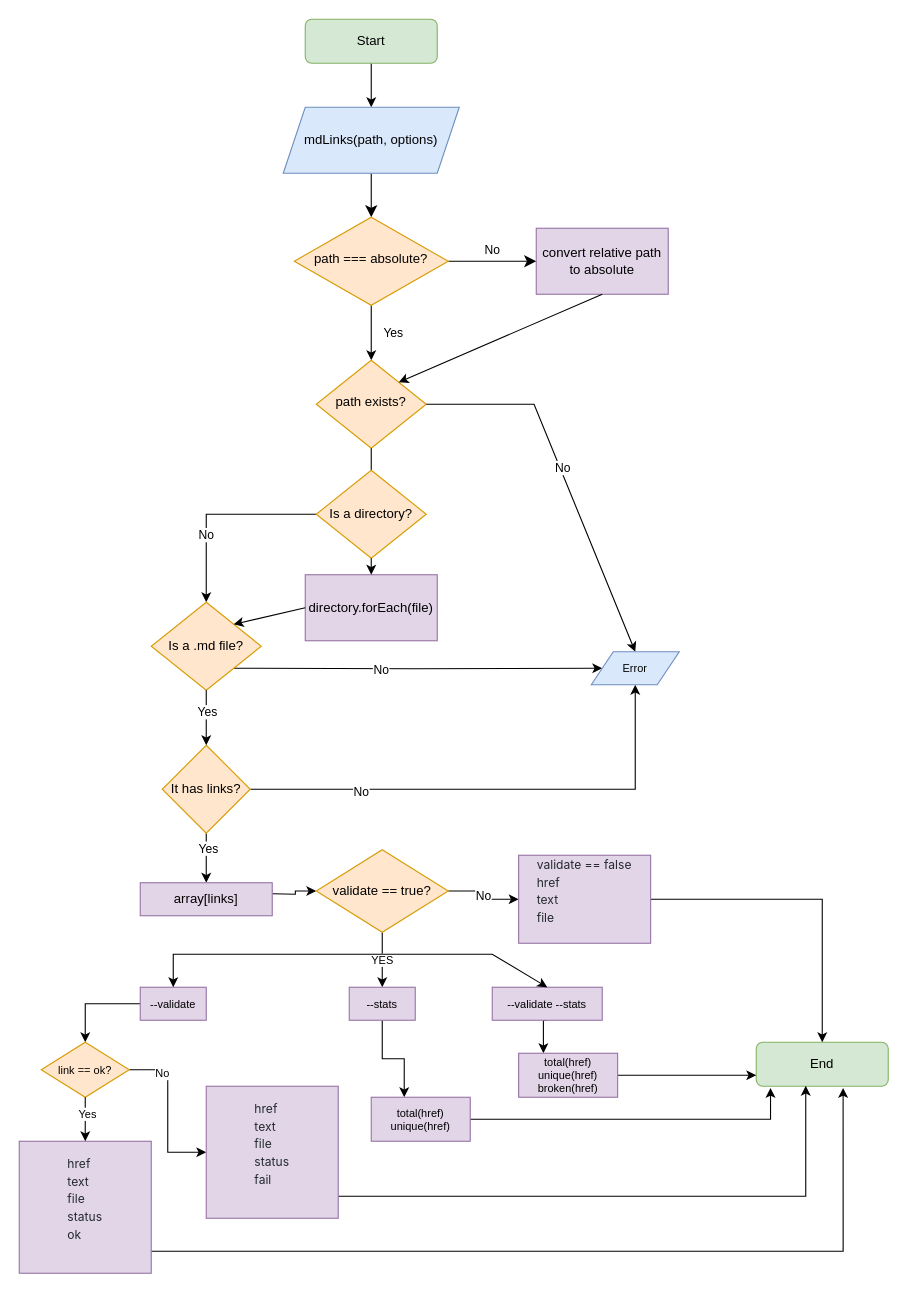
The draw.io diagram media/Diagrama sin título.drawio in mafcht/DEV003-md-links, before the edit. Source tidied: cells renumbered, new cells numbered last; positions are measured from the earlier drawing's top-left corner, leaving out a move shared by most shapes. Both pictures are drawn from the tidied source at 110%, with x=0, y=0 at pixel (19, 19).
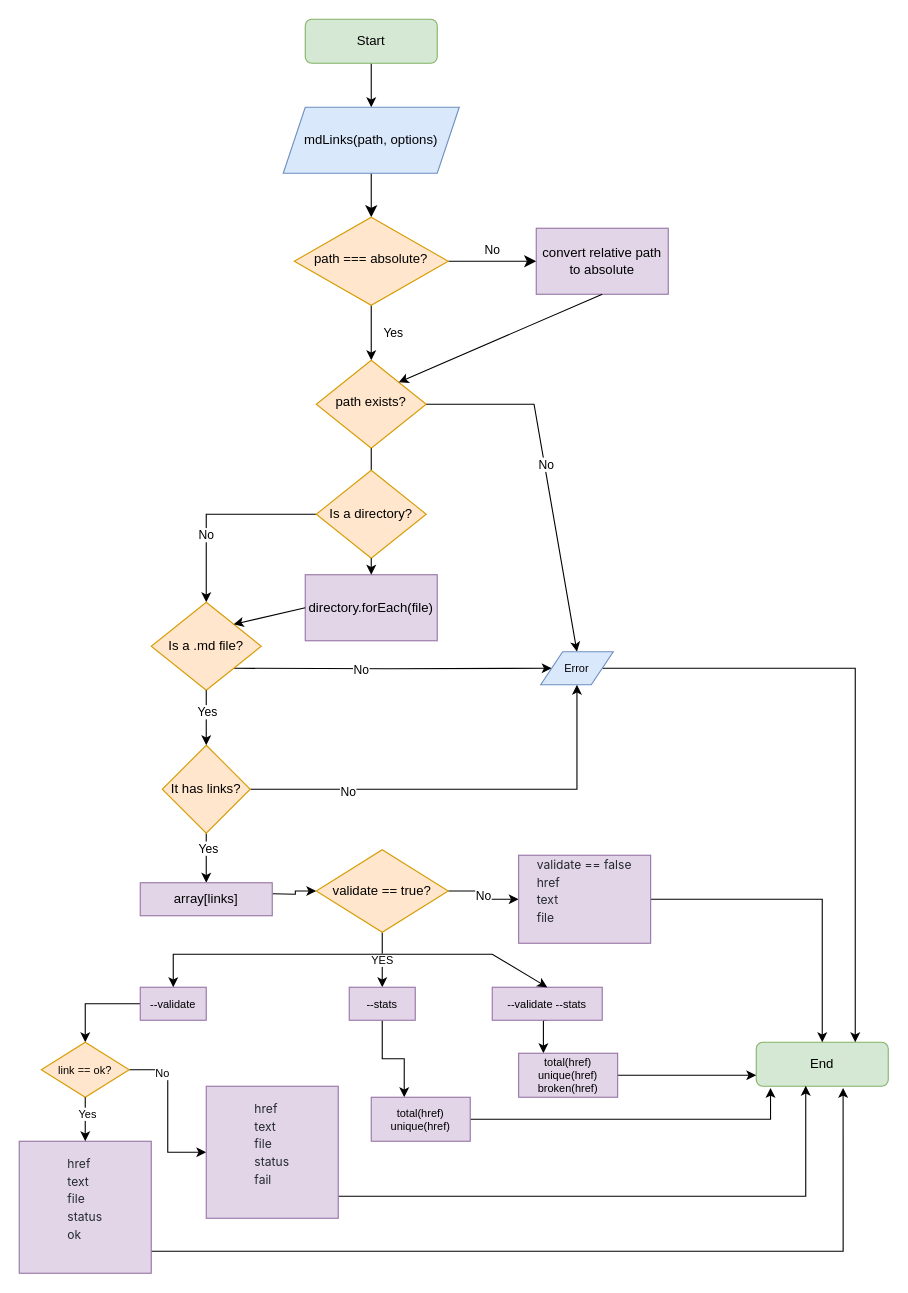
Above is the later version.

The change refers to these unchanged cells:
```xml
<mxCell id="9" value="End" style="rounded=1;whiteSpace=wrap;html=1;fontSize=12;glass=0;strokeWidth=1;shadow=0;fillColor=#d5e8d4;strokeColor=#82b366;" parent="1" vertex="1">
  <mxGeometry x="670" y="930" width="120" height="40" as="geometry" />
</mxCell>
```

Change to the diagram source:
```diff
@@
+    <mxCell id="61" style="edgeStyle=orthogonalEdgeStyle;rounded=0;jettySize=auto;html=1;entryX=0.75;entryY=0;entryDx=0;entryDy=0;fontSize=10;endArrow=classic;endFill=1;" parent="1" edge="1" source="60" target="9">
+      <mxGeometry relative="1" as="geometry" />
+    </mxCell>
     <mxCell id="60" value="Error" style="shape=parallelogram;perimeter=parallelogramPerimeter;whiteSpace=wrap;html=1;fixedSize=1;fontSize=10;fillColor=#dae8fc;strokeColor=#6c8ebf;" parent="1" vertex="1">
-      <mxGeometry x="520" y="575" width="80" height="30" as="geometry" />
+      <mxGeometry x="474" y="575" width="66" height="30" as="geometry" />
     </mxCell>
```
